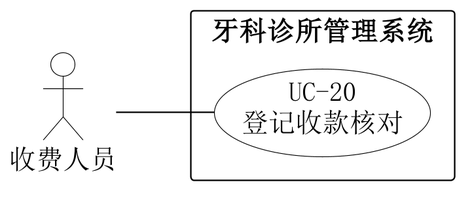
Shawmc-creator/systemAnalyseAndDesign keeps this PlantUML diagram as 01-需求文档/diagrams/07-20-system-use-case.png. Above is the earlier version. Its diagram source:
```plantuml
@startuml
skinparam backgroundColor white
skinparam shadowing false
skinparam defaultFontName SimSun
skinparam defaultFontSize 18
skinparam dpi 220
skinparam ArrowColor black
skinparam nodesep 24
skinparam ranksep 65
skinparam actor {
 BorderColor black
 BackgroundColor white
}
skinparam usecase {
 BorderColor black
 BackgroundColor white
}
skinparam rectangle {
 BorderColor black
 BackgroundColor white
}
left to right direction
actor "收费人员" as A0
rectangle "牙科诊所管理系统" {
 usecase "UC-20\n登记收款核对" as U
}
A0 -- U

@enduml
```
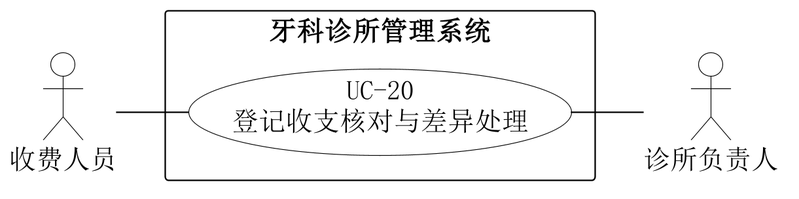
Above is the later version.

What changed in the source:
```diff
@@ -5,8 +5,8 @@
 skinparam defaultFontSize 18
 skinparam dpi 220
 skinparam ArrowColor black
-skinparam nodesep 24
-skinparam ranksep 65
+skinparam nodesep 22
+skinparam ranksep 48
 skinparam actor {
  BorderColor black
  BackgroundColor white
@@ -21,9 +21,11 @@
 }
 left to right direction
 actor "收费人员" as A0
+actor "诊所负责人" as A1
 rectangle "牙科诊所管理系统" {
- usecase "UC-20\n登记收款核对" as U
+ usecase "UC-20\n登记收支核对与差异处理" as U
 }
 A0 -- U
+U -- A1
 
 @enduml
```
